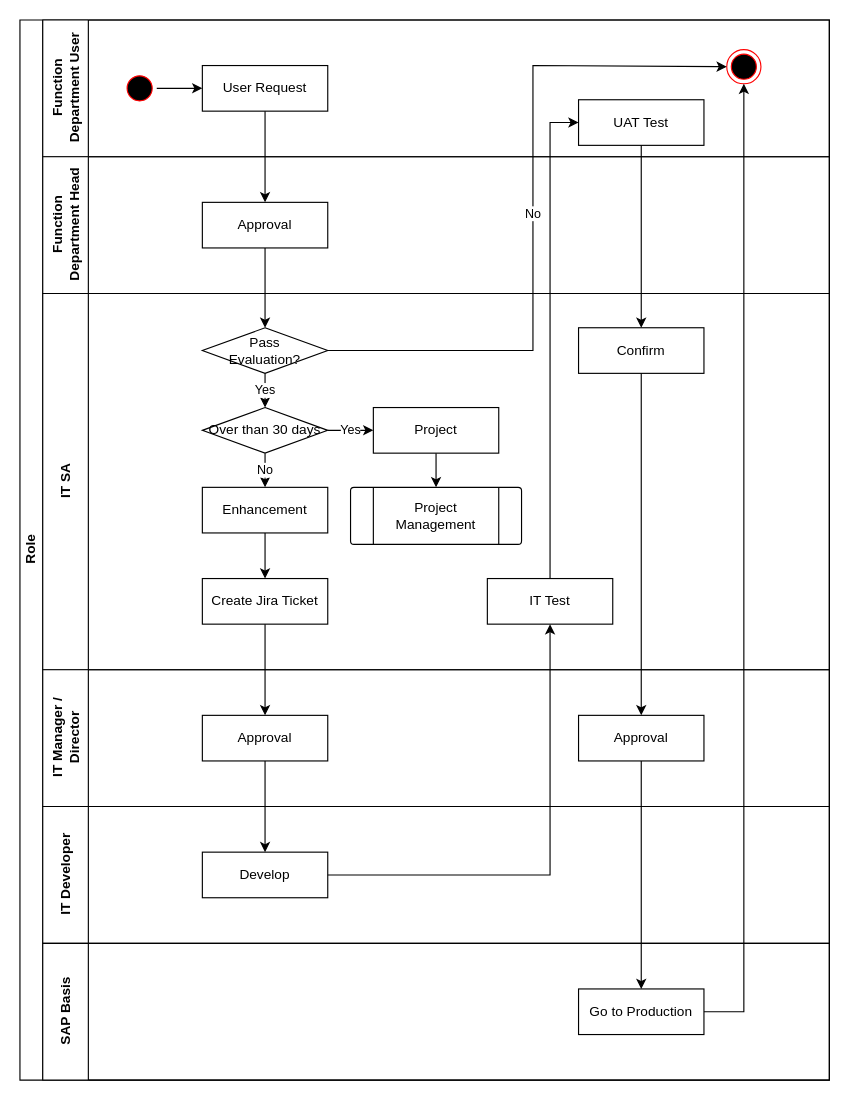
luss613/draw.io keeps this draw.io diagram as ChinaITApproveProcess.drawio. Above is the earlier version. Source tidied: cells renumbered, new cells numbered last; positions are measured from the earlier drawing's top-left corner, leaving out a move shared by most shapes. Both pictures are drawn from the tidied source at 114%, with x=0, y=0 at pixel (19, 19).
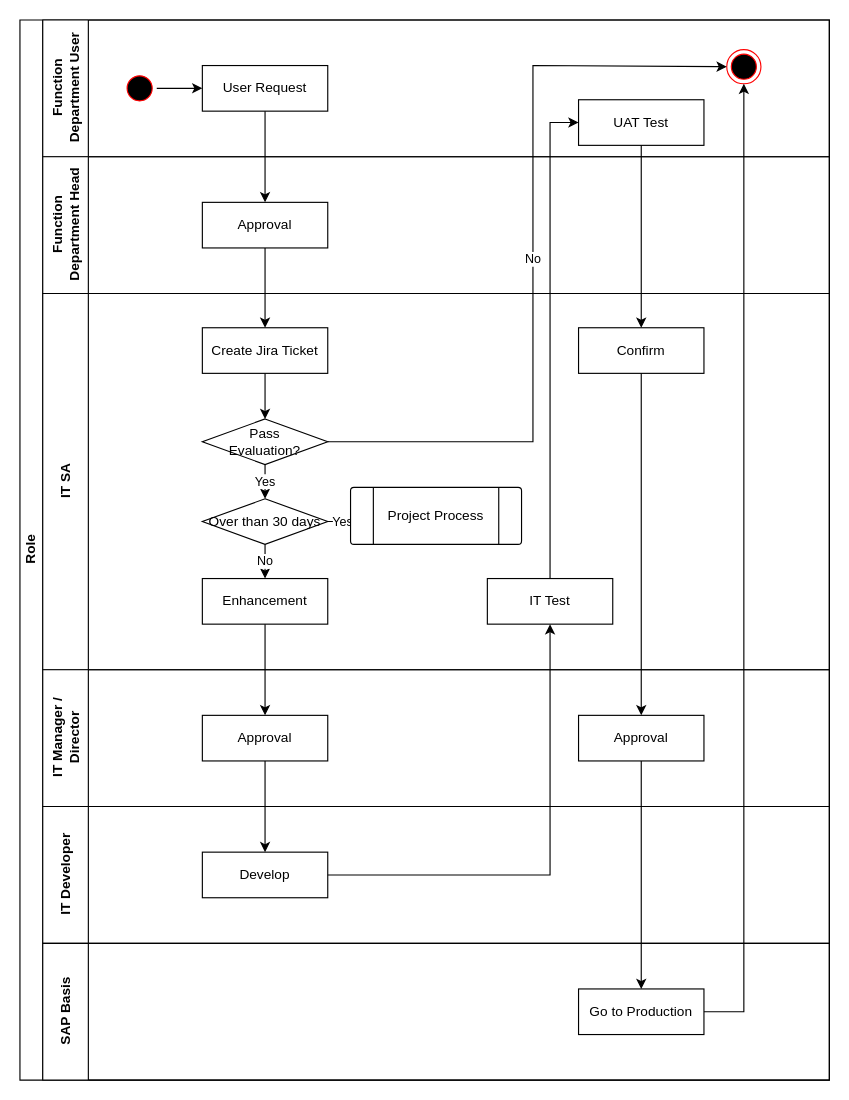
The same page after the edit.

Unchanged cells that the change refers to:
```xml
<mxCell id="2" value="Role" style="swimlane;html=1;horizontal=0;startSize=20;" parent="1" vertex="1">
  <mxGeometry width="710" height="930" as="geometry" />
</mxCell>
<mxCell id="8" style="ellipse;html=1;shape=endState;fillColor=#000000;strokeColor=#ff0000;" parent="3" vertex="1">
  <mxGeometry x="600" y="26" width="30" height="30" as="geometry" />
</mxCell>
<mxCell id="10" value="Approval" style="rounded=0;whiteSpace=wrap;html=1;" parent="9" vertex="1">
  <mxGeometry x="140" y="40" width="110" height="40" as="geometry" />
</mxCell>
<mxCell id="11" value="IT SA" style="swimlane;html=1;startSize=40;horizontal=0;" parent="2" vertex="1">
  <mxGeometry x="20" y="240" width="690" height="330" as="geometry" />
</mxCell>
<mxCell id="26" value="Approval" style="rounded=0;whiteSpace=wrap;html=1;" parent="25" vertex="1">
  <mxGeometry x="140" y="40" width="110" height="40" as="geometry" />
</mxCell>
```

Diff of the diagram source:
```diff
@@
     <mxCell id="13" value="Pass&lt;br&gt;Evaluation?" style="strokeWidth=1;html=1;shape=mxgraph.flowchart.decision;whiteSpace=wrap;" parent="11" vertex="1">
-      <mxGeometry x="140" y="30" width="110" height="40" as="geometry" />
+      <mxGeometry x="140" y="110" width="110" height="40" as="geometry" />
     </mxCell>
-    <mxCell id="14" value="Yes" style="edgeStyle=orthogonalEdgeStyle;rounded=0;jettySize=auto;html=1;" parent="11" edge="1" source="16" target="18">
+    <mxCell id="14" value="Yes" style="edgeStyle=orthogonalEdgeStyle;rounded=0;jettySize=auto;html=1;" parent="11" edge="1" source="16" target="19">
       <mxGeometry relative="1" as="geometry" />
     </mxCell>
@@
     <mxCell id="16" value="Over than 30 days" style="strokeWidth=1;html=1;shape=mxgraph.flowchart.decision;whiteSpace=wrap;" parent="11" vertex="1">
-      <mxGeometry x="140" y="100" width="110" height="40" as="geometry" />
+      <mxGeometry x="140" y="180" width="110" height="40" as="geometry" />
     </mxCell>
-    <mxCell id="17" style="edgeStyle=orthogonalEdgeStyle;rounded=0;jettySize=auto;html=1;" parent="11" edge="1" source="18" target="19">
-      <mxGeometry relative="1" as="geometry" />
-    </mxCell>
-    <mxCell id="18" value="Project" style="rounded=0;whiteSpace=wrap;html=1;" parent="11" vertex="1">
-      <mxGeometry x="290" y="100" width="110" height="40" as="geometry" />
-    </mxCell>
-    <mxCell id="19" value="Project Management" style="verticalLabelPosition=middle;verticalAlign=middle;html=1;shape=process;whiteSpace=wrap;rounded=1;size=0.13333333333333333;arcSize=6;strokeWidth=1;labelPosition=center;align=center;" parent="11" vertex="1">
+    <mxCell id="19" value="Project Process" style="verticalLabelPosition=middle;verticalAlign=middle;html=1;shape=process;whiteSpace=wrap;rounded=1;size=0.13333333333333333;arcSize=6;strokeWidth=1;labelPosition=center;align=center;" parent="11" vertex="1">
       <mxGeometry x="270" y="170" width="150" height="50" as="geometry" />
     </mxCell>
-    <mxCell id="20" style="edgeStyle=orthogonalEdgeStyle;rounded=0;jettySize=auto;html=1;" parent="11" edge="1" source="21" target="22">
-      <mxGeometry relative="1" as="geometry" />
-    </mxCell>
     <mxCell id="21" value="Enhancement" style="rounded=0;whiteSpace=wrap;html=1;" parent="11" vertex="1">
-      <mxGeometry x="140" y="170" width="110" height="40" as="geometry" />
+      <mxGeometry x="140" y="250" width="110" height="40" as="geometry" />
     </mxCell>
+    <mxCell id="43" style="edgeStyle=orthogonalEdgeStyle;rounded=0;jettySize=auto;html=1;entryX=0.5;entryY=0;entryDx=0;entryDy=0;entryPerimeter=0;" parent="11" edge="1" source="22" target="13">
+      <mxGeometry relative="1" as="geometry" />
+    </mxCell>
     <mxCell id="22" value="Create Jira Ticket" style="rounded=0;whiteSpace=wrap;html=1;" parent="11" vertex="1">
-      <mxGeometry x="140" y="250" width="110" height="40" as="geometry" />
+      <mxGeometry x="140" y="30" width="110" height="40" as="geometry" />
     </mxCell>
@@
-    <mxCell id="33" style="edgeStyle=orthogonalEdgeStyle;rounded=0;jettySize=auto;html=1;" parent="2" edge="1" source="10" target="13">
+    <mxCell id="33" style="edgeStyle=orthogonalEdgeStyle;rounded=0;jettySize=auto;html=1;" parent="2" edge="1" source="10" target="22">
       <mxGeometry relative="1" as="geometry" />
     </mxCell>
-    <mxCell id="34" style="edgeStyle=orthogonalEdgeStyle;rounded=0;jettySize=auto;html=1;" parent="2" edge="1" source="22" target="26">
-      <mxGeometry relative="1" as="geometry" />
-    </mxCell>
@@
-    <mxCell id="42" value="No" style="edgeStyle=orthogonalEdgeStyle;rounded=0;jettySize=auto;html=1;entryX=0;entryY=0.5;entryDx=0;entryDy=0;" parent="2" edge="1" source="13" target="8">
+    <mxCell id="42" value="No" style="edgeStyle=orthogonalEdgeStyle;rounded=0;jettySize=auto;html=1;entryX=0;entryY=0.5;entryDx=0;entryDy=0;exitX=1;exitY=0.5;exitDx=0;exitDy=0;exitPerimeter=0;" parent="2" edge="1" source="13" target="8">
       <mxGeometry relative="1" as="geometry">
         <Array as="points">
-          <mxPoint x="450" y="290" />
+          <mxPoint x="450" y="370" />
           <mxPoint x="450" y="40" />
         </Array>
       </mxGeometry>
     </mxCell>
+    <mxCell id="44" style="edgeStyle=orthogonalEdgeStyle;rounded=0;jettySize=auto;html=1;" parent="2" edge="1" source="21" target="26">
+      <mxGeometry relative="1" as="geometry" />
+    </mxCell>
```
